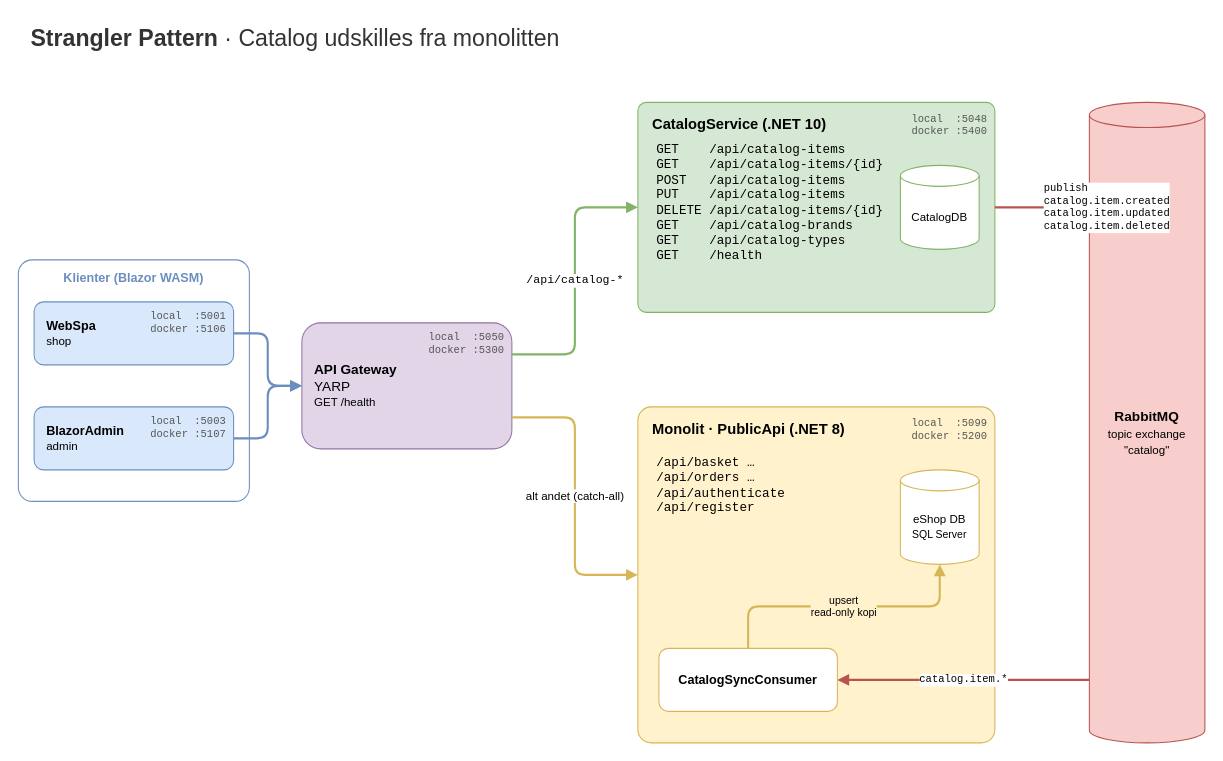
Before: docs/architecture.drawio in RasmusRosengaard/eShopWebHeadless, a draw.io diagram. Source tidied: cells renumbered, new cells numbered last; positions are measured from the earlier drawing's top-left corner, leaving out a move shared by most shapes. Both pictures are drawn from the tidied source at 105%, with x=0, y=0 at pixel (18, 18).
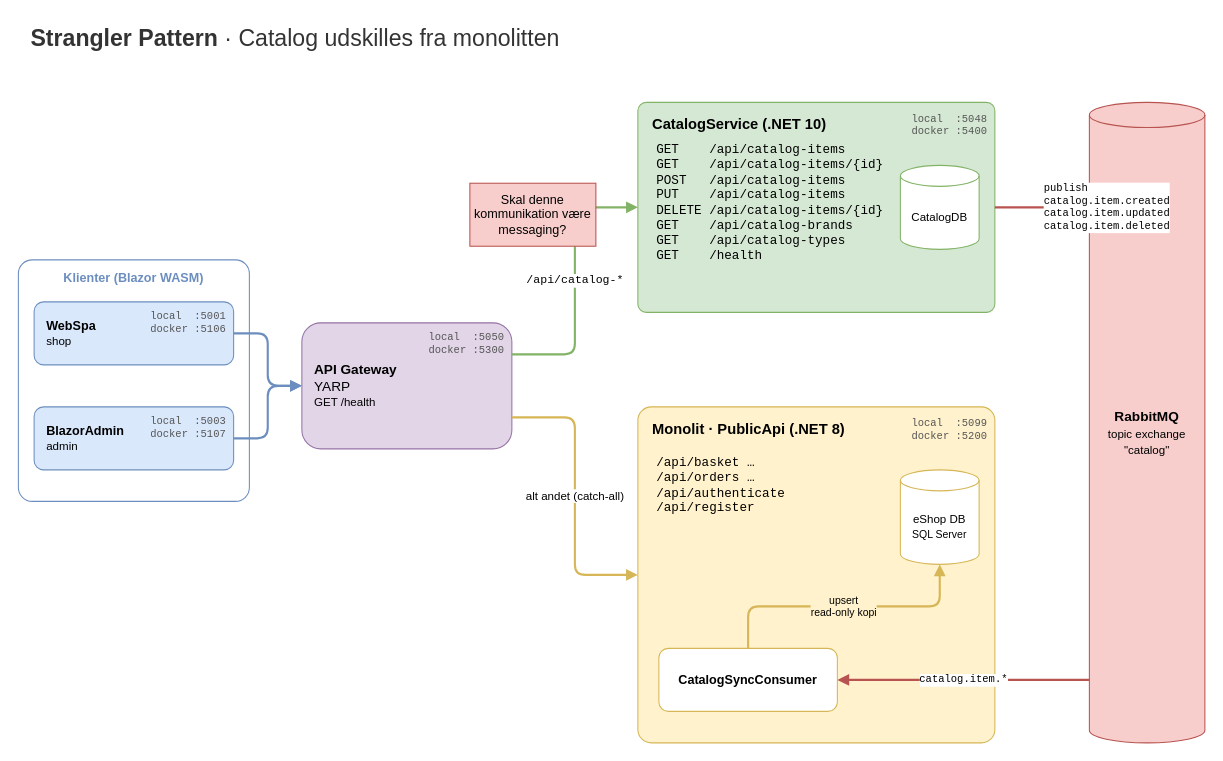
The same diagram, later.

The edit, as a diff of the source:
```diff
@@
+    <mxCell id="27" value="Skal denne kommunikation være messaging?" style="rounded=0;whiteSpace=wrap;html=1;fillColor=#f8cecc;strokeColor=#b85450;" parent="1" vertex="1">
+      <mxGeometry x="430" y="157" width="120" height="60" as="geometry" />
+    </mxCell>
```
